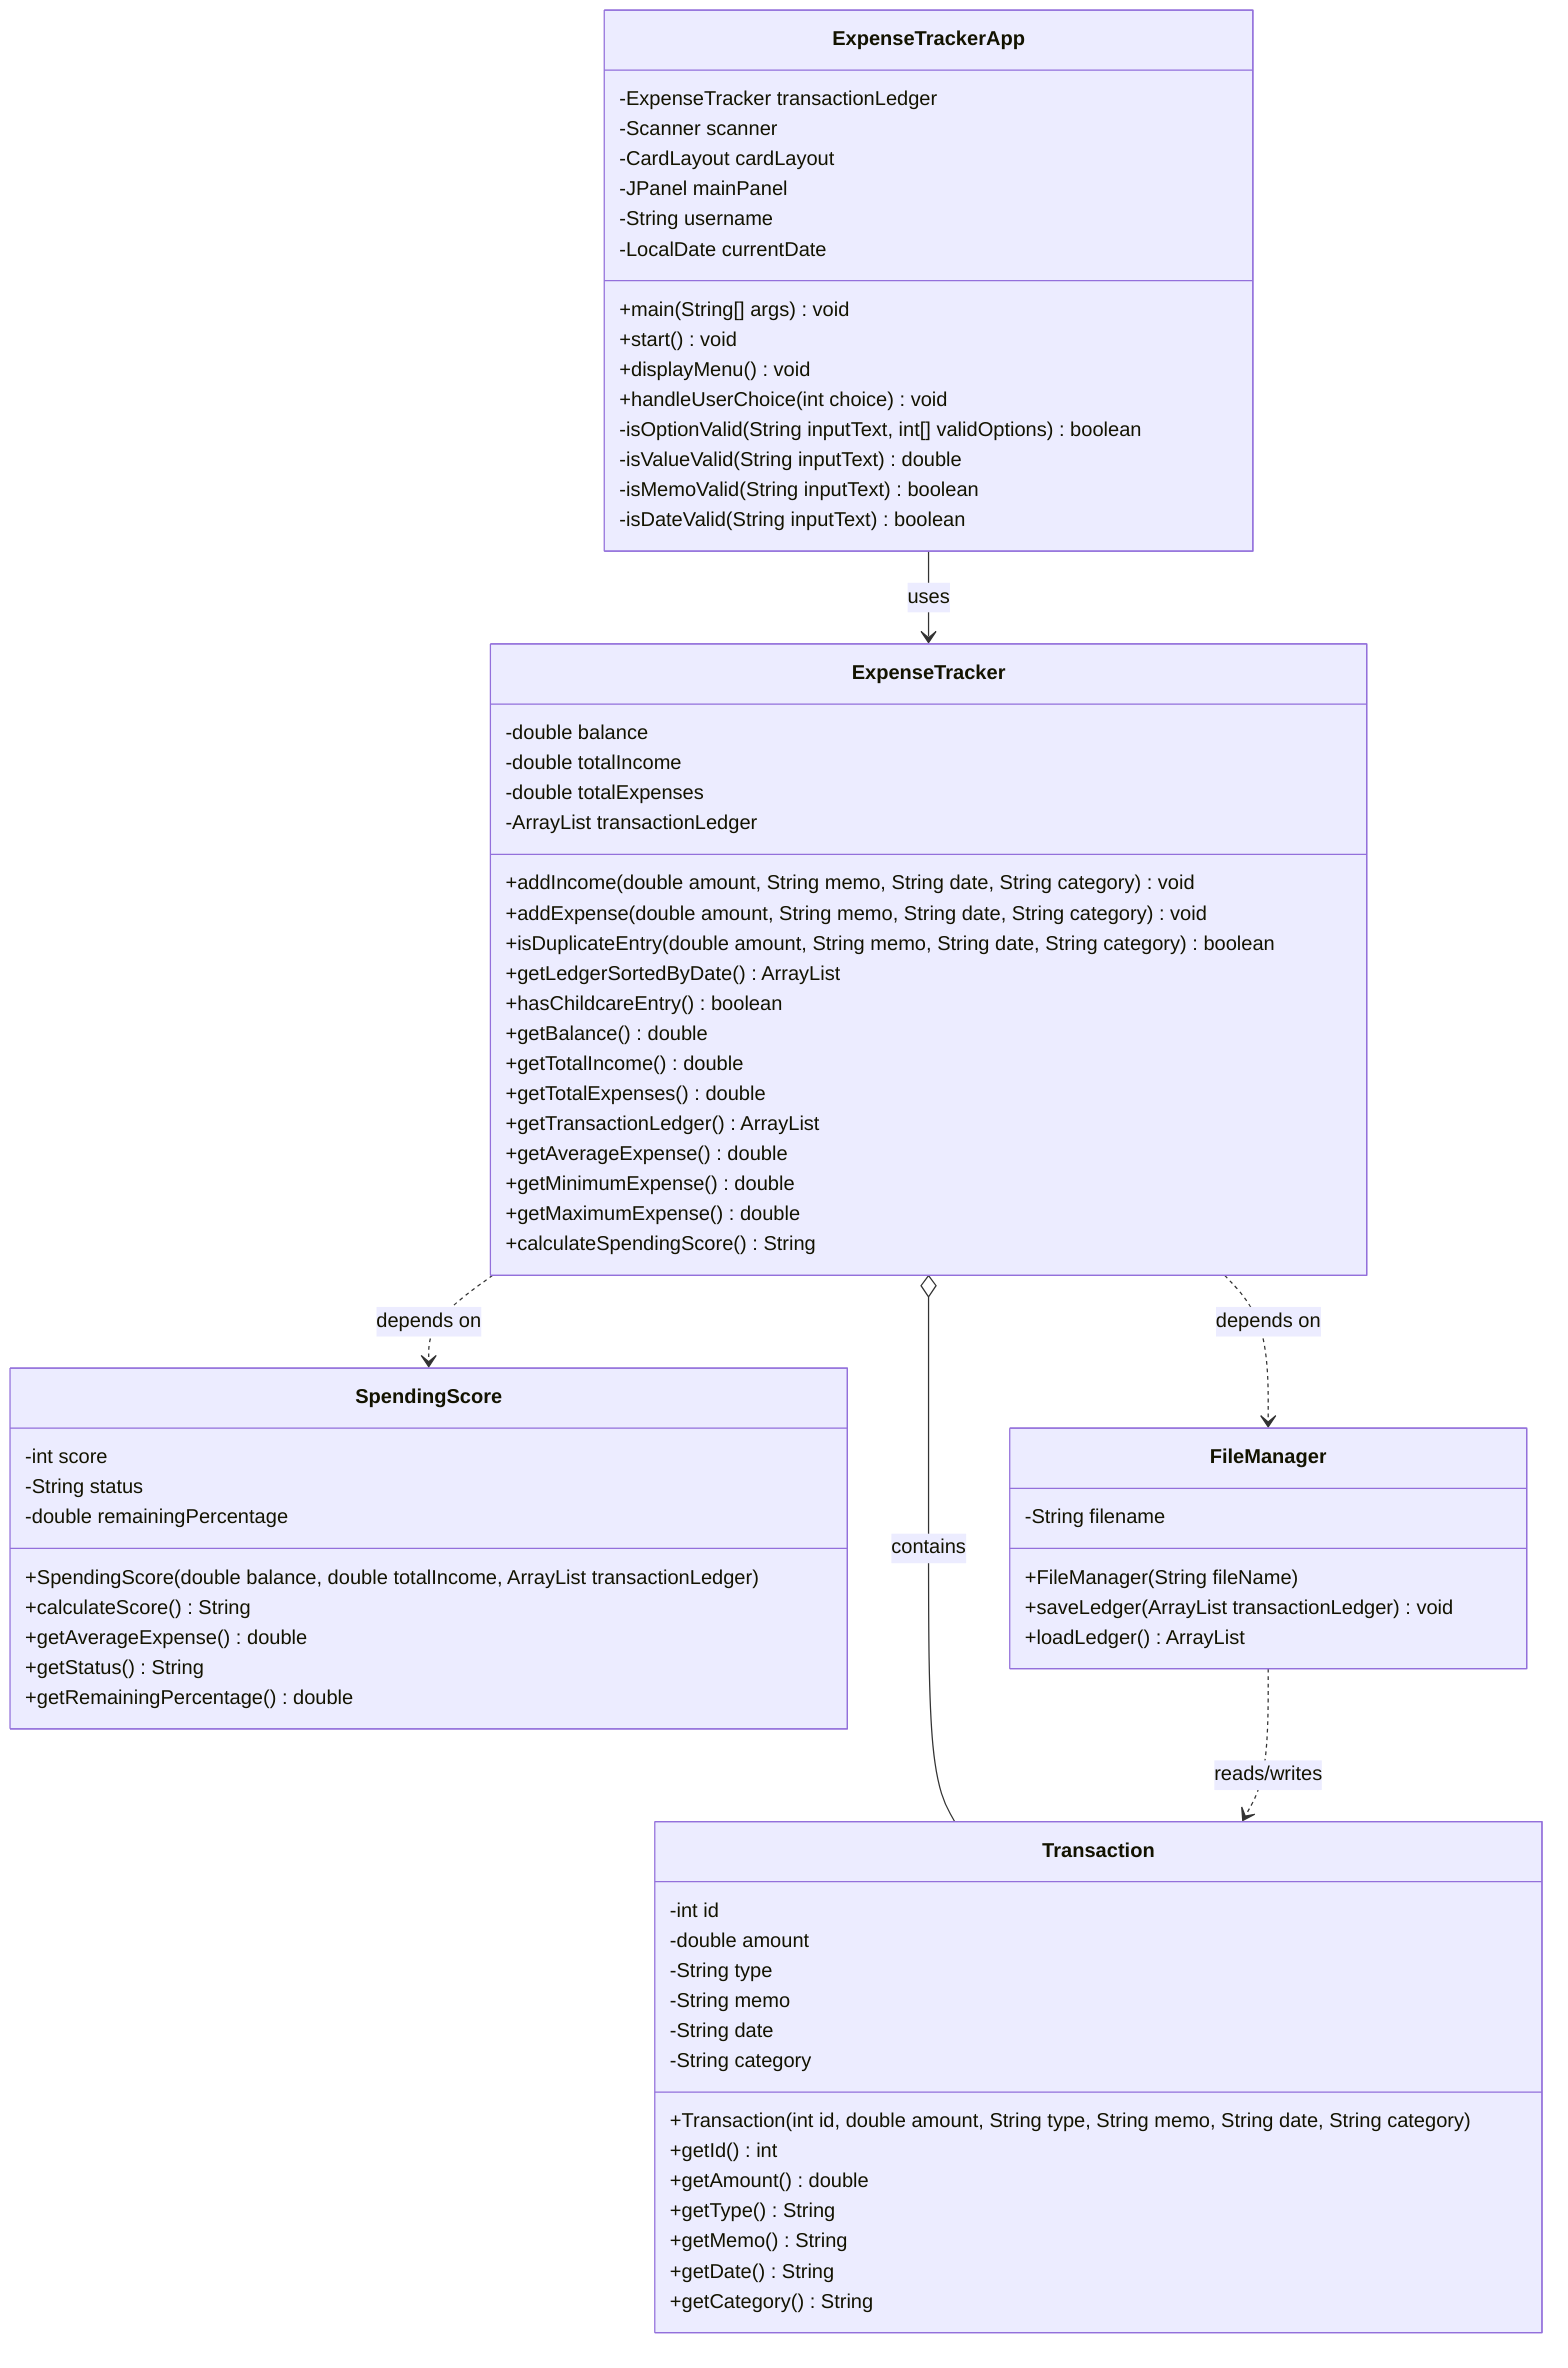
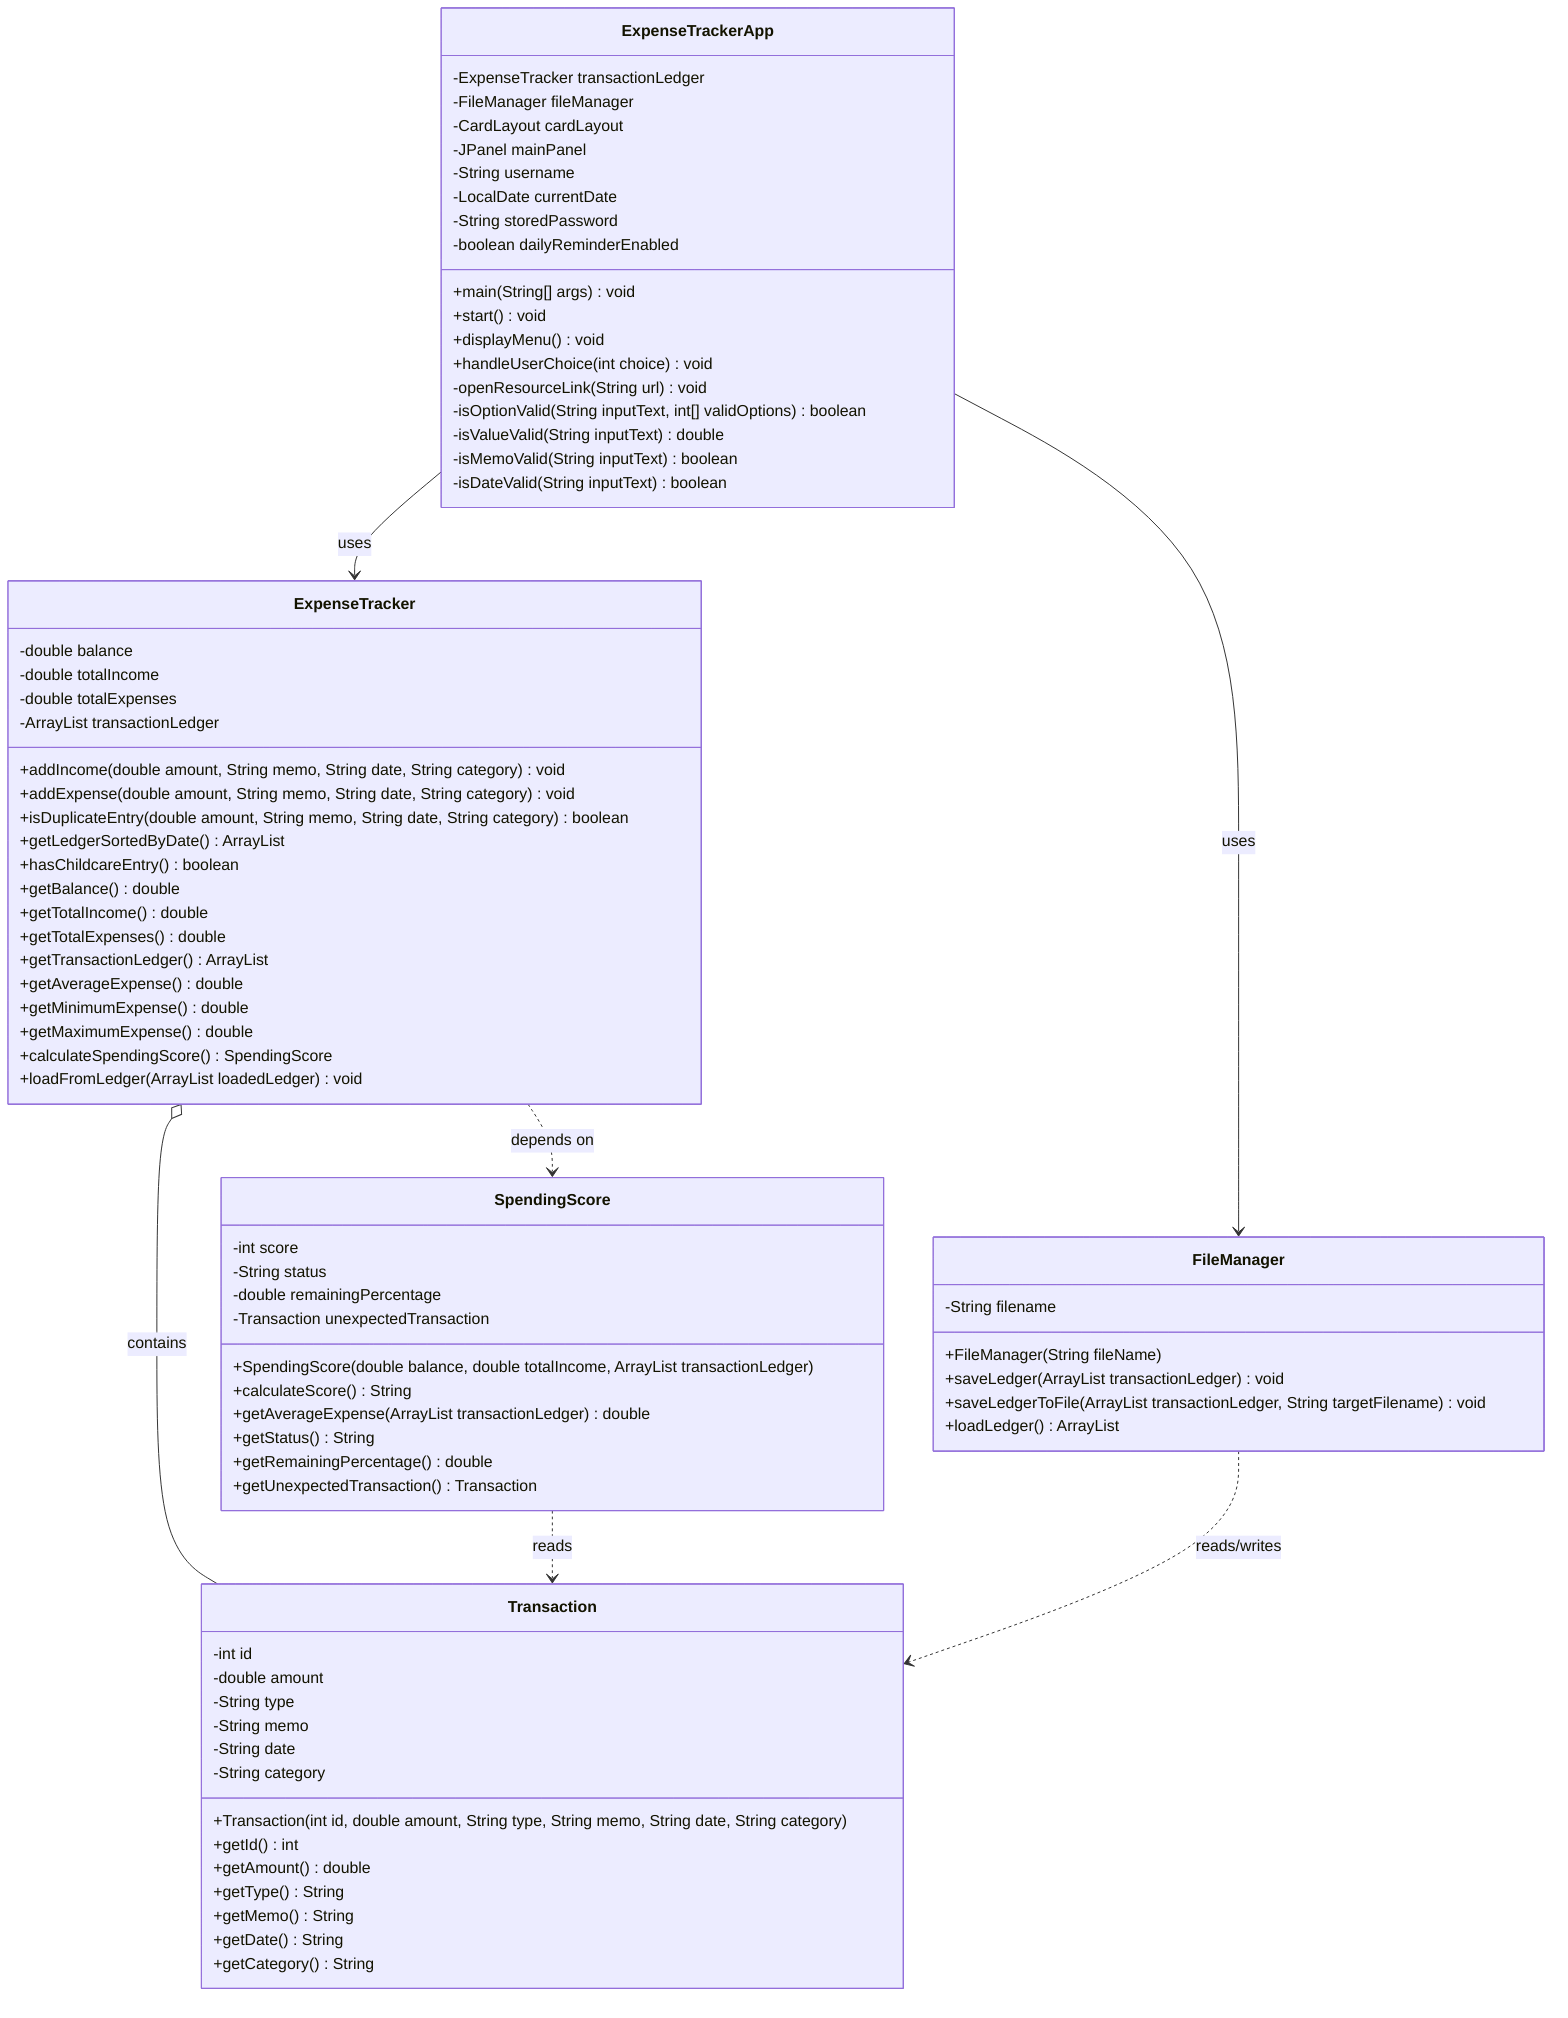
%% *****
%% Daily Student Expense Tracker with Spending Score
%% UML Class Diagram — Mermaid (.mmd) Version
%% Lead Developer: Jose G. Leon Zambrano
- %% Phase 2 – Design
- %% Last updated: June 28, 2026
+ %% Phase 3 – Implementation (updated from Phase 2 Design)
+ %% Last updated: July 10, 2026
%% *****
%%
%% NOTE ON THIS FILE:
%% This is the Mermaid Live (.mmd) rendering of the UML Class Diagram
- %% originally written as pseudocode-style plaintext in the Phase 2 Word document.
- %% The two versions represent the same architecture. Differences are noted below.
+ %% originally written as pseudocode-style plaintext in the Phase 2 Word document
+ %% and now updated to reflect the Phase 3 implementation.
%%
%% DIFFERENCES FROM THE WORD DOCUMENT VERSION:
%%
%% 1. Generic types: Mermaid does not support ArrayList<Transaction> syntax.
%%    Angle brackets cause a syntax error in the renderer.
%%    All ArrayList<Transaction> references are written as ArrayList in this file.
%%    The Word document version uses the full Java generic type notation.
%%
%% 2. Constructor notation: Mermaid does not distinguish constructors from methods.
- %%    SpendingScore(double balance, double totalIncome, ArrayList transactionLedger) and
- %%    FileManager(String fileName) appear as regular methods in this diagram.
+ %%    Constructors appear as regular methods in this diagram.
%%    In the actual Java implementation they are constructors.
%%
%% 3. Comments: Mermaid uses %% for single-line comments.
%%    The Word document pseudocode uses // following Java convention.
%%
%% 4. Private validation methods: isOptionValid, isValueValid, isMemoValid,
%%    and isDateValid are shown here with a minus sign (-) prefix indicating
%%    private access. Mermaid renders - as private and + as public correctly.
%%
%% 5. The "extends JFrame" relationship for ExpenseTrackerApp is noted
%%    in the Word document but cannot be shown here because JFrame is a
%%    Java standard library class, not a class defined in this project.
%%    Adding it to the diagram would require defining a JFrame class block,
%%    which would be misleading. It is documented here as a comment instead.
%%
%% ExpenseTrackerApp extends JFrame (javax.swing) — not shown in diagram.
%%
- %% CHANGES FROM ORIGINAL VERSION (June 28, 2026):
+ %% CHANGES IN PHASE 3 IMPLEMENTATION (July 10, 2026):
%%
- %% - ExpenseTrackerApp: added username and currentDate attributes
- %% - ExpenseTracker: getAverageTransaction, getMinimumTransaction, getMaximumTransaction
- %%   renamed to getAverageExpense, getMinimumExpense, getMaximumExpense (expenses only)
- %% - SpendingScore: constructor now takes transactionLedger as third parameter
- %%   to support composite scoring (balance health 60%, distribution 30%, anomaly 10%)
- %% - displayDailyReminder() removed from ExpenseTrackerApp — Daily Reminder
- %%   is now a Settings checkbox, not a standalone panel
+ %% - ExpenseTrackerApp: dropped Scanner attribute (Swing app never needs it);
+ %%   added FileManager attribute (previously implicit via ExpenseTracker);
+ %%   password moved from a fixed constant to a mutable field for Change Password;
+ %%   added helper openResourceLink for clickable MDC resource buttons
+ %% - ExpenseTracker: calculateSpendingScore now returns SpendingScore
+ %%   (previously String) so the GUI can access status, remaining percentage,
+ %%   and the flagged anomaly transaction from a single call;
+ %%   added loadFromLedger for startup recalculation and Clear All Transactions
+ %% - SpendingScore: added unexpectedTransaction attribute and
+ %%   getUnexpectedTransaction getter, so the Statistics panel can display
+ %%   which transaction triggered the anomaly flag without re-running the math
+ %% - FileManager: added saveLedgerToFile for dated export filenames
+ %%   (TransactionLedger_{username}_{MM-DD-YYYY}.csv), so exports never
+ %%   overwrite each other or overwrite the persistence file transactions.csv
%% *****

classDiagram

    class ExpenseTrackerApp {
        -ExpenseTracker transactionLedger
-         -Scanner scanner
+         -FileManager fileManager
        -CardLayout cardLayout
        -JPanel mainPanel
        -String username
        -LocalDate currentDate
+         -String storedPassword
+         -boolean dailyReminderEnabled
        +main(String[] args) void
        +start() void
        +displayMenu() void
        +handleUserChoice(int choice) void
+         -openResourceLink(String url) void
        -isOptionValid(String inputText, int[] validOptions) boolean
        -isValueValid(String inputText) double
        -isMemoValid(String inputText) boolean
        -isDateValid(String inputText) boolean
    }

    class ExpenseTracker {
        -double balance
        -double totalIncome
        -double totalExpenses
        -ArrayList transactionLedger
        +addIncome(double amount, String memo, String date, String category) void
        +addExpense(double amount, String memo, String date, String category) void
        +isDuplicateEntry(double amount, String memo, String date, String category) boolean
        +getLedgerSortedByDate() ArrayList
        +hasChildcareEntry() boolean
        +getBalance() double
        +getTotalIncome() double
        +getTotalExpenses() double
        +getTransactionLedger() ArrayList
        +getAverageExpense() double
        +getMinimumExpense() double
        +getMaximumExpense() double
-         +calculateSpendingScore() String
+         +calculateSpendingScore() SpendingScore
+         +loadFromLedger(ArrayList loadedLedger) void
    }

    class Transaction {
        -int id
        -double amount
        -String type
        -String memo
        -String date
        -String category
        +Transaction(int id, double amount, String type, String memo, String date, String category)
        +getId() int
        +getAmount() double
        +getType() String
        +getMemo() String
        +getDate() String
        +getCategory() String
    }

    class SpendingScore {
        -int score
        -String status
        -double remainingPercentage
+         -Transaction unexpectedTransaction
        +SpendingScore(double balance, double totalIncome, ArrayList transactionLedger)
        +calculateScore() String
-         +getAverageExpense() double
+         +getAverageExpense(ArrayList transactionLedger) double
        +getStatus() String
        +getRemainingPercentage() double
+         +getUnexpectedTransaction() Transaction
    }

    class FileManager {
        -String filename
        +FileManager(String fileName)
        +saveLedger(ArrayList transactionLedger) void
+         +saveLedgerToFile(ArrayList transactionLedger, String targetFilename) void
        +loadLedger() ArrayList
    }

    %% Relationships
    %% --> solid arrow: uses / association
    %% o-- composition: ExpenseTracker owns Transaction objects (1 to 0..*)
    %% ..> dashed arrow: dependency (uses but does not own)

    ExpenseTrackerApp --> ExpenseTracker : uses
+     ExpenseTrackerApp --> FileManager : uses
    ExpenseTracker o-- Transaction : contains
    ExpenseTracker ..> SpendingScore : depends on
-     ExpenseTracker ..> FileManager : depends on
+     SpendingScore ..> Transaction : reads
    FileManager ..> Transaction : reads/writes
